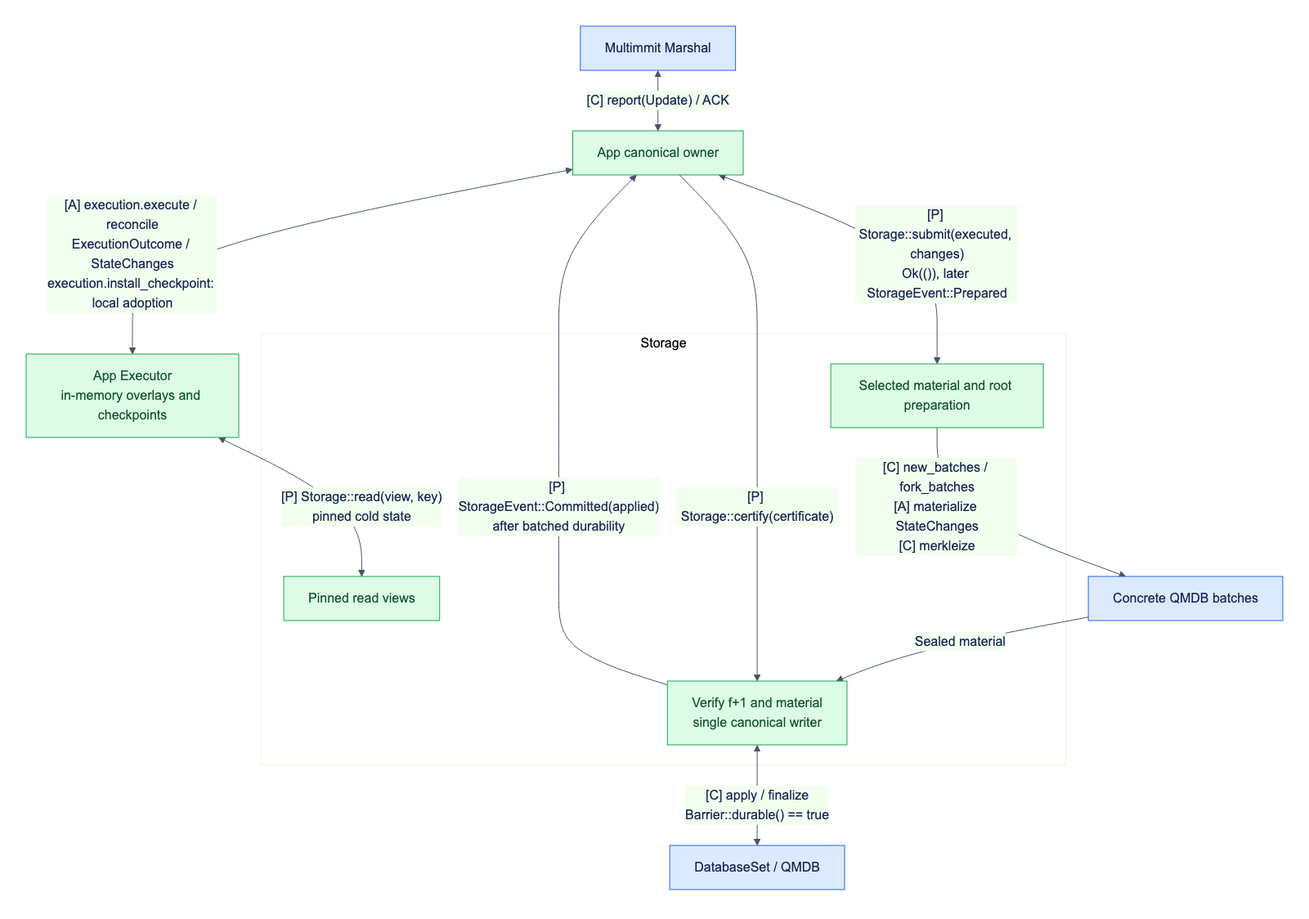
Before: docs/assets/diagrams/diagram-17.png, a diagram exported from Mermaid (djm07073/baton). Its source is kept beside it as docs/assets/diagrams/diagram-17.mmd. Its diagram source:
```mermaid
flowchart TB
    M["Multimmit Marshal"] <-->|"[C] report(Update) / ACK"| A["App canonical owner"]
    A <-->|"[A] execution.execute / reconcile<br/>ExecutionOutcome / StateChanges<br/>execution.install_checkpoint: local adoption"| E["App Executor<br/>in-memory overlays and checkpoints"]
    subgraph S["Storage"]
        R["Pinned read views"]
        P["Selected material and root preparation"]
        W["Verify f+1 and material<br/>single canonical writer"]
    end
    A <-->|"[P] Storage::submit(executed, changes)<br/>Ok(()), later StorageEvent::Prepared"| P
    P -->|"[C] new_batches / fork_batches<br/>[A] materialize StateChanges<br/>[C] merkleize"| B["Concrete QMDB batches"]
    B -->|"Sealed material"| W
    A -->|"[P] Storage::certify(certificate)"| W
    W <-->|"[C] apply / finalize<br/>Barrier::durable() == true"| D["DatabaseSet / QMDB"]
    W -->|"[P] StorageEvent::Committed(applied)<br/>after batched durability"| A
    E <-->|"[P] Storage::read(view, key)<br/>pinned cold state"| R
    classDef reuse fill:#dbeafe,stroke:#2563eb,color:#172554;
    classDef fresh fill:#dcfce7,stroke:#16a34a,color:#14532d;
    class M,B,D reuse;
    class A,E,R,P,W fresh;
```
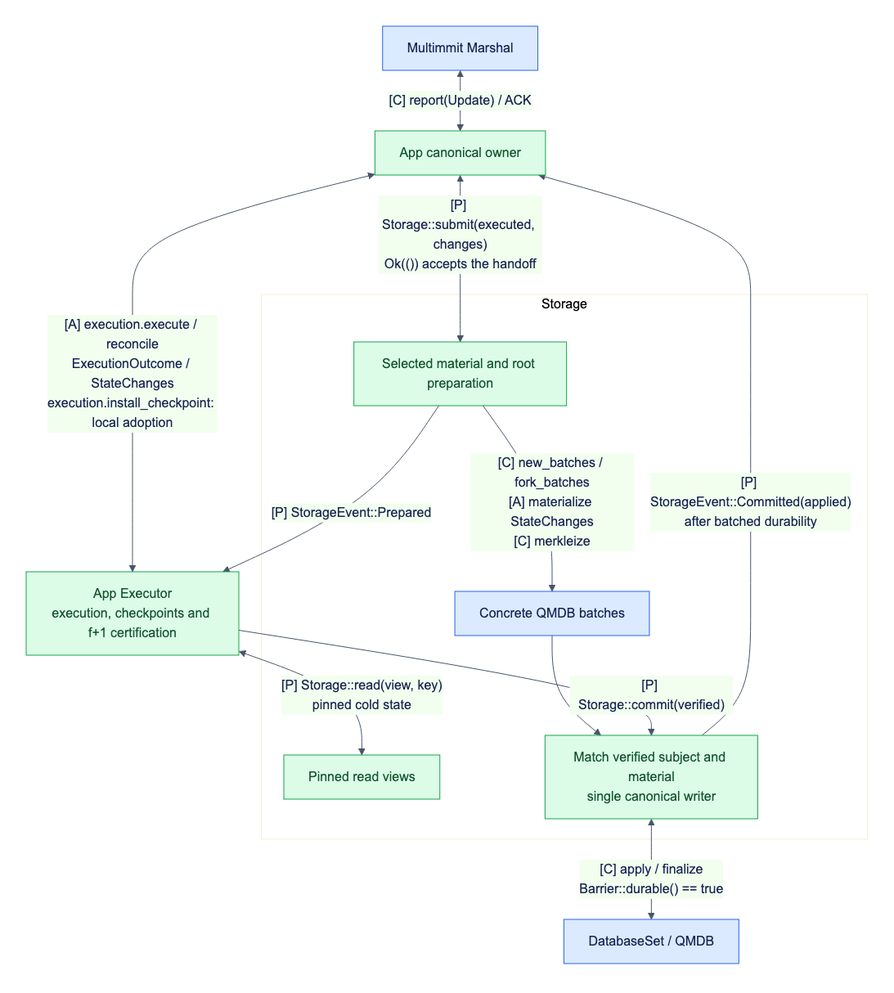
After the commit.

Diff of the diagram source:
```diff
@@ -1,15 +1,17 @@
 flowchart TB
     M["Multimmit Marshal"] <-->|"[C] report(Update) / ACK"| A["App canonical owner"]
-    A <-->|"[A] execution.execute / reconcile<br/>ExecutionOutcome / StateChanges<br/>execution.install_checkpoint: local adoption"| E["App Executor<br/>in-memory overlays and checkpoints"]
+    A <-->|"[A] execution.execute / reconcile<br/>ExecutionOutcome / StateChanges<br/>execution.install_checkpoint: local adoption"| E["App Executor<br/>execution, checkpoints and f+1 certification"]
     subgraph S["Storage"]
         R["Pinned read views"]
         P["Selected material and root preparation"]
-        W["Verify f+1 and material<br/>single canonical writer"]
+        B["Concrete QMDB batches"]
+        W["Match verified subject and material<br/>single canonical writer"]
     end
-    A <-->|"[P] Storage::submit(executed, changes)<br/>Ok(()), later StorageEvent::Prepared"| P
-    P -->|"[C] new_batches / fork_batches<br/>[A] materialize StateChanges<br/>[C] merkleize"| B["Concrete QMDB batches"]
-    B -->|"Sealed material"| W
-    A -->|"[P] Storage::certify(certificate)"| W
+    A <-->|"[P] Storage::submit(executed, changes)<br/>Ok(()) accepts the handoff"| P
+    P -->|"[P] StorageEvent::Prepared"| E
+    P -->|"[C] new_batches / fork_batches<br/>[A] materialize StateChanges<br/>[C] merkleize"| B
+    B --> W
+    E -->|"[P] Storage::commit(verified)"| W
     W <-->|"[C] apply / finalize<br/>Barrier::durable() == true"| D["DatabaseSet / QMDB"]
     W -->|"[P] StorageEvent::Committed(applied)<br/>after batched durability"| A
     E <-->|"[P] Storage::read(view, key)<br/>pinned cold state"| R
```
